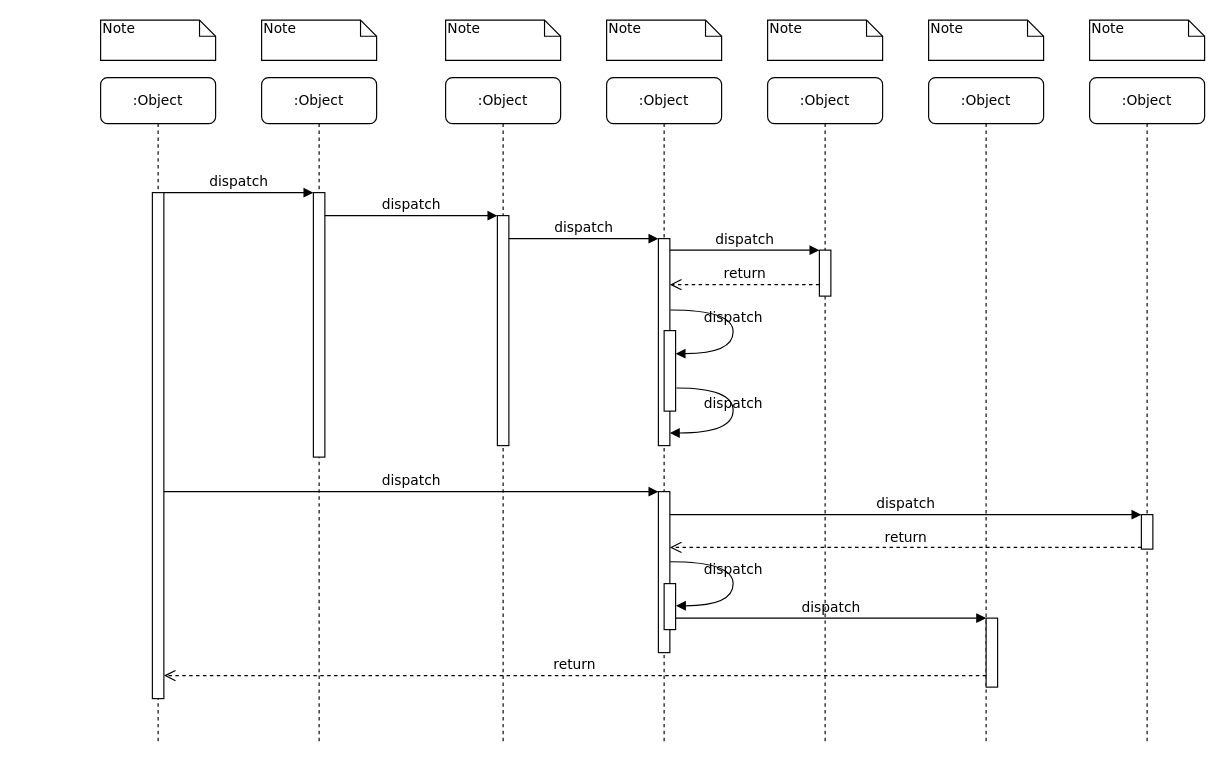
Before: 未命名绘图.drawio in kkkkill/drawio, a draw.io diagram. Source tidied: cells renumbered, new cells numbered last; positions are measured from the earlier drawing's top-left corner, leaving out a move shared by most shapes. Both pictures are drawn from the tidied source at 115%, with x=0, y=0 at pixel (100, 20).
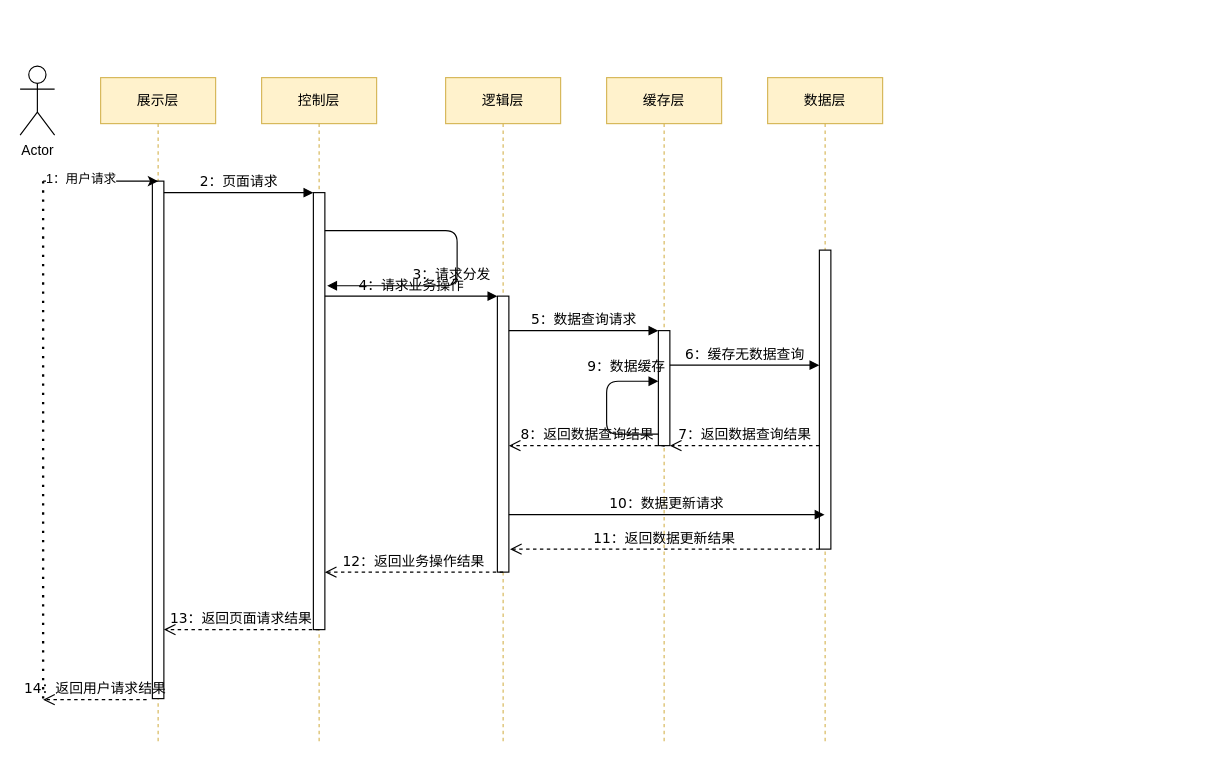
The same diagram, later.

Commit message:
更新未命名绘图.drawio

What changed in the source:
```diff
@@
-    <mxCell id="2" value=":Object" style="shape=umlLifeline;perimeter=lifelinePerimeter;whiteSpace=wrap;html=1;rounded=1;shadow=0;comic=0;labelBackgroundColor=none;strokeWidth=1;fontFamily=Verdana;fontSize=12;align=center;" parent="1" vertex="1">
+    <mxCell id="2" value="控制层" style="shape=umlLifeline;perimeter=lifelinePerimeter;whiteSpace=wrap;html=1;rounded=0;shadow=0;comic=0;labelBackgroundColor=none;strokeWidth=1;fontFamily=Verdana;fontSize=12;align=center;fillColor=#fff2cc;strokeColor=#d6b656;" parent="1" vertex="1">
       <mxGeometry x="140" y="50" width="100" height="580" as="geometry" />
     </mxCell>
     <mxCell id="3" style="html=1;points=[];perimeter=orthogonalPerimeter;rounded=0;shadow=0;comic=0;labelBackgroundColor=none;strokeWidth=1;fontFamily=Verdana;fontSize=12;align=center;" parent="2" vertex="1">
-      <mxGeometry x="45" y="100" width="10" height="230" as="geometry" />
+      <mxGeometry x="45" y="100" width="10" height="380" as="geometry" />
     </mxCell>
+    <mxCell id="39" value="3：请求分发" style="html=1;verticalAlign=bottom;endArrow=block;labelBackgroundColor=none;fontFamily=Verdana;fontSize=12;edgeStyle=elbowEdgeStyle;elbow=vertical;entryX=1.2;entryY=0.213;entryDx=0;entryDy=0;entryPerimeter=0;exitX=1;exitY=0.087;exitDx=0;exitDy=0;exitPerimeter=0;" parent="2" edge="1" source="3" target="3">
+      <mxGeometry y="-45" relative="1" as="geometry">
+        <Array as="points">
+          <mxPoint x="170" y="130" />
+          <mxPoint x="140" y="120" />
+          <mxPoint x="140" y="215" />
+        </Array>
+        <mxPoint x="40" y="25" as="offset" />
+      </mxGeometry>
+    </mxCell>
-    <mxCell id="4" value=":Object" style="shape=umlLifeline;perimeter=lifelinePerimeter;whiteSpace=wrap;html=1;rounded=1;shadow=0;comic=0;labelBackgroundColor=none;strokeWidth=1;fontFamily=Verdana;fontSize=12;align=center;" parent="1" vertex="1">
+    <mxCell id="4" value="逻辑层" style="shape=umlLifeline;perimeter=lifelinePerimeter;whiteSpace=wrap;html=1;rounded=0;shadow=0;comic=0;labelBackgroundColor=none;strokeWidth=1;fontFamily=Verdana;fontSize=12;align=center;fillColor=#fff2cc;strokeColor=#d6b656;" parent="1" vertex="1">
       <mxGeometry x="300" y="50" width="100" height="580" as="geometry" />
     </mxCell>
     <mxCell id="5" style="html=1;points=[];perimeter=orthogonalPerimeter;rounded=0;shadow=0;comic=0;labelBackgroundColor=none;strokeWidth=1;fontFamily=Verdana;fontSize=12;align=center;" parent="4" vertex="1">
-      <mxGeometry x="45" y="120" width="10" height="200" as="geometry" />
+      <mxGeometry x="45" y="190" width="10" height="240" as="geometry" />
     </mxCell>
-    <mxCell id="6" value=":Object" style="shape=umlLifeline;perimeter=lifelinePerimeter;whiteSpace=wrap;html=1;rounded=1;shadow=0;comic=0;labelBackgroundColor=none;strokeWidth=1;fontFamily=Verdana;fontSize=12;align=center;" parent="1" vertex="1">
+    <mxCell id="6" value="缓存层" style="shape=umlLifeline;perimeter=lifelinePerimeter;whiteSpace=wrap;html=1;rounded=0;shadow=0;comic=0;labelBackgroundColor=none;strokeWidth=1;fontFamily=Verdana;fontSize=12;align=center;fillColor=#fff2cc;strokeColor=#d6b656;" parent="1" vertex="1">
       <mxGeometry x="440" y="50" width="100" height="580" as="geometry" />
     </mxCell>
-    <mxCell id="7" value=":Object" style="shape=umlLifeline;perimeter=lifelinePerimeter;whiteSpace=wrap;html=1;outlineConnect=0;rounded=1;shadow=0;comic=0;labelBackgroundColor=none;strokeWidth=1;fontFamily=Verdana;fontSize=12;align=center;" parent="1" vertex="1">
+    <mxCell id="7" value="数据层" style="shape=umlLifeline;perimeter=lifelinePerimeter;whiteSpace=wrap;html=1;outlineConnect=0;rounded=0;shadow=0;comic=0;labelBackgroundColor=none;strokeWidth=1;fontFamily=Verdana;fontSize=12;align=center;fillColor=#fff2cc;strokeColor=#d6b656;" parent="1" vertex="1">
       <mxGeometry x="580" y="50" width="100" height="580" as="geometry" />
     </mxCell>
-    <mxCell id="8" value=":Object" style="shape=umlLifeline;perimeter=lifelinePerimeter;whiteSpace=wrap;html=1;rounded=1;shadow=0;comic=0;labelBackgroundColor=none;strokeWidth=1;fontFamily=Verdana;fontSize=12;align=center;" parent="1" vertex="1">
-      <mxGeometry x="720" y="50" width="100" height="580" as="geometry" />
-    </mxCell>
-    <mxCell id="9" value=":Object" style="shape=umlLifeline;perimeter=lifelinePerimeter;whiteSpace=wrap;html=1;rounded=1;shadow=0;comic=0;labelBackgroundColor=none;strokeWidth=1;fontFamily=Verdana;fontSize=12;align=center;" parent="1" vertex="1">
-      <mxGeometry x="860" y="50" width="100" height="580" as="geometry" />
-    </mxCell>
-    <mxCell id="10" value=":Object" style="shape=umlLifeline;perimeter=lifelinePerimeter;whiteSpace=wrap;html=1;rounded=1;shadow=0;comic=0;labelBackgroundColor=none;strokeWidth=1;fontFamily=Verdana;fontSize=12;align=center;" parent="1" vertex="1">
+    <mxCell id="10" value="展示层" style="shape=umlLifeline;perimeter=lifelinePerimeter;whiteSpace=wrap;html=1;rounded=0;shadow=0;comic=0;labelBackgroundColor=none;strokeWidth=1;fontFamily=Verdana;fontSize=12;align=center;fillColor=#fff2cc;strokeColor=#d6b656;" parent="1" vertex="1">
       <mxGeometry y="50" width="100" height="580" as="geometry" />
     </mxCell>
     <mxCell id="11" style="html=1;points=[];perimeter=orthogonalPerimeter;rounded=0;shadow=0;comic=0;labelBackgroundColor=none;strokeWidth=1;fontFamily=Verdana;fontSize=12;align=center;" parent="10" vertex="1">
-      <mxGeometry x="45" y="100" width="10" height="440" as="geometry" />
+      <mxGeometry x="45" y="90" width="10" height="450" as="geometry" />
     </mxCell>
+    <mxCell id="40" value="13：返回页面请求结果" style="html=1;verticalAlign=bottom;endArrow=open;dashed=1;endSize=8;labelBackgroundColor=none;fontFamily=Verdana;fontSize=12;edgeStyle=elbowEdgeStyle;elbow=horizontal;exitX=0.5;exitY=1;exitDx=0;exitDy=0;exitPerimeter=0;" parent="10" edge="1" source="3">
+      <mxGeometry relative="1" as="geometry">
+        <mxPoint x="55" y="480" as="targetPoint" />
+        <Array as="points">
+          <mxPoint x="150" y="480" />
+          <mxPoint x="150" y="470" />
+          <mxPoint x="190" y="480" />
+          <mxPoint x="260" y="460" />
+          <mxPoint x="410" y="440" />
+          <mxPoint x="430" y="330" />
+          <mxPoint x="430" y="230" />
+          <mxPoint x="460" y="230" />
+        </Array>
+      </mxGeometry>
+    </mxCell>
+    <mxCell id="41" value="14：返回用户请求结果" style="html=1;verticalAlign=bottom;endArrow=open;dashed=1;endSize=8;labelBackgroundColor=none;fontFamily=Verdana;fontSize=12;edgeStyle=elbowEdgeStyle;elbow=horizontal;exitX=-0.5;exitY=1.002;exitDx=0;exitDy=0;exitPerimeter=0;" parent="10" edge="1" source="11">
+      <mxGeometry relative="1" as="geometry">
+        <mxPoint x="-50" y="541" as="targetPoint" />
+        <Array as="points">
+          <mxPoint x="-50" y="530" />
+          <mxPoint x="150" y="480" />
+          <mxPoint x="150" y="470" />
+          <mxPoint x="190" y="480" />
+          <mxPoint x="260" y="460" />
+          <mxPoint x="410" y="440" />
+          <mxPoint x="430" y="330" />
+          <mxPoint x="430" y="230" />
+          <mxPoint x="460" y="230" />
+        </Array>
+      </mxGeometry>
+    </mxCell>
     <mxCell id="12" style="html=1;points=[];perimeter=orthogonalPerimeter;rounded=0;shadow=0;comic=0;labelBackgroundColor=none;strokeWidth=1;fontFamily=Verdana;fontSize=12;align=center;" parent="1" vertex="1">
-      <mxGeometry x="485" y="190" width="10" height="180" as="geometry" />
+      <mxGeometry x="485" y="270" width="10" height="100" as="geometry" />
     </mxCell>
-    <mxCell id="13" value="dispatch" style="html=1;verticalAlign=bottom;endArrow=block;labelBackgroundColor=none;fontFamily=Verdana;fontSize=12;edgeStyle=elbowEdgeStyle;elbow=vertical;" parent="1" edge="1" source="5" target="12">
+    <mxCell id="13" value="5：数据查询请求" style="html=1;verticalAlign=bottom;endArrow=block;labelBackgroundColor=none;fontFamily=Verdana;fontSize=12;edgeStyle=elbowEdgeStyle;elbow=vertical;" parent="1" edge="1" source="5" target="12">
       <mxGeometry relative="1" as="geometry">
         <Array as="points">
-          <mxPoint x="360" y="190" />
+          <mxPoint x="420" y="270" />
         </Array>
       </mxGeometry>
     </mxCell>
     <mxCell id="14" style="html=1;points=[];perimeter=orthogonalPerimeter;rounded=0;shadow=0;comic=0;labelBackgroundColor=none;strokeWidth=1;fontFamily=Verdana;fontSize=12;align=center;" parent="1" vertex="1">
-      <mxGeometry x="625" y="200" width="10" height="40" as="geometry" />
+      <mxGeometry x="625" y="200" width="10" height="260" as="geometry" />
     </mxCell>
-    <mxCell id="15" value="dispatch" style="html=1;verticalAlign=bottom;endArrow=block;entryX=0;entryY=0;labelBackgroundColor=none;fontFamily=Verdana;fontSize=12;edgeStyle=elbowEdgeStyle;elbow=vertical;" parent="1" edge="1" source="12" target="14">
-      <mxGeometry relative="1" as="geometry" />
+    <mxCell id="15" value="6：缓存无数据查询" style="html=1;verticalAlign=bottom;endArrow=block;labelBackgroundColor=none;fontFamily=Verdana;fontSize=12;edgeStyle=elbowEdgeStyle;elbow=horizontal;" parent="1" edge="1" source="12" target="14">
+      <mxGeometry relative="1" as="geometry">
+        <Array as="points">
+          <mxPoint x="560" y="300" />
+          <mxPoint x="560" y="290" />
+        </Array>
+      </mxGeometry>
     </mxCell>
-    <mxCell id="16" value="return" style="html=1;verticalAlign=bottom;endArrow=open;dashed=1;endSize=8;labelBackgroundColor=none;fontFamily=Verdana;fontSize=12;edgeStyle=elbowEdgeStyle;elbow=vertical;" parent="1" edge="1" source="14" target="12">
+    <mxCell id="16" value="7：返回数据查询结果" style="html=1;verticalAlign=bottom;endArrow=open;dashed=1;endSize=8;labelBackgroundColor=none;fontFamily=Verdana;fontSize=12;edgeStyle=elbowEdgeStyle;elbow=vertical;" parent="1" edge="1" source="14" target="12">
       <mxGeometry relative="1" as="geometry">
         <Array as="points">
+          <mxPoint x="550" y="370" />
+          <mxPoint x="570" y="330" />
           <mxPoint x="570" y="230" />
           <mxPoint x="600" y="230" />
         </Array>
       </mxGeometry>
     </mxCell>
-    <mxCell id="17" style="html=1;points=[];perimeter=orthogonalPerimeter;rounded=0;shadow=0;comic=0;labelBackgroundColor=none;strokeWidth=1;fontFamily=Verdana;fontSize=12;align=center;" parent="1" vertex="1">
-      <mxGeometry x="485" y="410" width="10" height="140" as="geometry" />
-    </mxCell>
-    <mxCell id="18" value="dispatch" style="html=1;verticalAlign=bottom;endArrow=block;entryX=0;entryY=0;labelBackgroundColor=none;fontFamily=Verdana;fontSize=12;" parent="1" edge="1" source="11" target="17">
-      <mxGeometry relative="1" as="geometry" />
-    </mxCell>
-    <mxCell id="19" style="html=1;points=[];perimeter=orthogonalPerimeter;rounded=0;shadow=0;comic=0;labelBackgroundColor=none;strokeColor=#000000;strokeWidth=1;fillColor=#FFFFFF;fontFamily=Verdana;fontSize=12;fontColor=#000000;align=center;" parent="1" vertex="1">
-      <mxGeometry x="905" y="430" width="10" height="30" as="geometry" />
-    </mxCell>
-    <mxCell id="20" value="dispatch" style="html=1;verticalAlign=bottom;endArrow=block;entryX=0;entryY=0;labelBackgroundColor=none;fontFamily=Verdana;fontSize=12;" parent="1" edge="1" source="17" target="19">
-      <mxGeometry relative="1" as="geometry" />
-    </mxCell>
-    <mxCell id="21" value="return" style="html=1;verticalAlign=bottom;endArrow=open;dashed=1;endSize=8;exitX=0;exitY=0.95;labelBackgroundColor=none;fontFamily=Verdana;fontSize=12;" parent="1" edge="1" source="19" target="17">
-      <mxGeometry relative="1" as="geometry" />
-    </mxCell>
-    <mxCell id="22" style="html=1;points=[];perimeter=orthogonalPerimeter;rounded=0;shadow=0;comic=0;labelBackgroundColor=none;strokeWidth=1;fontFamily=Verdana;fontSize=12;align=center;" parent="1" vertex="1">
-      <mxGeometry x="770" y="520" width="10" height="60" as="geometry" />
-    </mxCell>
-    <mxCell id="23" value="dispatch" style="html=1;verticalAlign=bottom;endArrow=block;entryX=0;entryY=0;labelBackgroundColor=none;fontFamily=Verdana;fontSize=12;edgeStyle=elbowEdgeStyle;elbow=vertical;" parent="1" edge="1" source="30" target="22">
-      <mxGeometry relative="1" as="geometry" />
-    </mxCell>
-    <mxCell id="24" value="return" style="html=1;verticalAlign=bottom;endArrow=open;dashed=1;endSize=8;labelBackgroundColor=none;fontFamily=Verdana;fontSize=12;edgeStyle=elbowEdgeStyle;elbow=vertical;" parent="1" edge="1" source="22" target="11">
-      <mxGeometry relative="1" as="geometry">
-        <Array as="points">
-          <mxPoint x="470" y="570" />
-        </Array>
-      </mxGeometry>
-    </mxCell>
-    <mxCell id="25" value="dispatch" style="html=1;verticalAlign=bottom;endArrow=block;entryX=0;entryY=0;labelBackgroundColor=none;fontFamily=Verdana;fontSize=12;edgeStyle=elbowEdgeStyle;elbow=vertical;" parent="1" edge="1" source="11" target="3">
+    <mxCell id="25" value="2：页面请求" style="html=1;verticalAlign=bottom;endArrow=block;entryX=0;entryY=0;labelBackgroundColor=none;fontFamily=Verdana;fontSize=12;edgeStyle=elbowEdgeStyle;elbow=vertical;" parent="1" edge="1" source="11" target="3">
       <mxGeometry relative="1" as="geometry" />
     </mxCell>
-    <mxCell id="26" value="dispatch" style="html=1;verticalAlign=bottom;endArrow=block;entryX=0;entryY=0;labelBackgroundColor=none;fontFamily=Verdana;fontSize=12;edgeStyle=elbowEdgeStyle;elbow=vertical;" parent="1" edge="1" source="3" target="5">
+    <mxCell id="26" value="4：请求业务操作" style="html=1;verticalAlign=bottom;endArrow=block;entryX=0;entryY=0;labelBackgroundColor=none;fontFamily=Verdana;fontSize=12;edgeStyle=elbowEdgeStyle;elbow=vertical;" parent="1" edge="1" source="3" target="5">
       <mxGeometry relative="1" as="geometry" />
     </mxCell>
-    <mxCell id="27" style="html=1;points=[];perimeter=orthogonalPerimeter;rounded=0;shadow=0;comic=0;labelBackgroundColor=none;strokeWidth=1;fontFamily=Verdana;fontSize=12;align=center;" parent="1" vertex="1">
-      <mxGeometry x="490" y="270" width="10" height="70" as="geometry" />
-    </mxCell>
-    <mxCell id="28" value="dispatch" style="html=1;verticalAlign=bottom;endArrow=block;labelBackgroundColor=none;fontFamily=Verdana;fontSize=12;elbow=vertical;edgeStyle=orthogonalEdgeStyle;curved=1;entryX=1;entryY=0.286;entryPerimeter=0;exitX=1.038;exitY=0.345;exitPerimeter=0;" parent="1" edge="1" source="12" target="27">
-      <mxGeometry relative="1" as="geometry">
-        <Array as="points">
-          <mxPoint x="550" y="252" />
-          <mxPoint x="550" y="290" />
-        </Array>
-      </mxGeometry>
-    </mxCell>
-    <mxCell id="29" value="dispatch" style="html=1;verticalAlign=bottom;endArrow=block;labelBackgroundColor=none;fontFamily=Verdana;fontSize=12;elbow=vertical;edgeStyle=orthogonalEdgeStyle;curved=1;exitX=1.066;exitY=0.713;exitPerimeter=0;" parent="1" edge="1" source="27">
-      <mxGeometry relative="1" as="geometry">
-        <mxPoint x="495" y="359" as="targetPoint" />
-        <Array as="points">
-          <mxPoint x="550" y="320" />
-          <mxPoint x="550" y="359" />
-        </Array>
-      </mxGeometry>
-    </mxCell>
-    <mxCell id="30" style="html=1;points=[];perimeter=orthogonalPerimeter;rounded=0;shadow=0;comic=0;labelBackgroundColor=none;strokeWidth=1;fontFamily=Verdana;fontSize=12;align=center;" parent="1" vertex="1">
-      <mxGeometry x="490" y="490" width="10" height="40" as="geometry" />
-    </mxCell>
-    <mxCell id="31" value="dispatch" style="html=1;verticalAlign=bottom;endArrow=block;labelBackgroundColor=none;fontFamily=Verdana;fontSize=12;elbow=vertical;edgeStyle=orthogonalEdgeStyle;curved=1;entryX=1;entryY=0.286;entryPerimeter=0;exitX=1.038;exitY=0.345;exitPerimeter=0;" parent="1" edge="1">
-      <mxGeometry relative="1" as="geometry">
-        <mxPoint x="495.3" y="471" as="sourcePoint" />
-        <mxPoint x="500.3" y="509.3" as="targetPoint" />
-        <Array as="points">
-          <mxPoint x="550" y="471" />
-          <mxPoint x="550" y="509" />
-        </Array>
-      </mxGeometry>
-    </mxCell>
-    <mxCell id="32" value="Note" style="shape=note;whiteSpace=wrap;html=1;size=14;verticalAlign=top;align=left;spacingTop=-6;rounded=0;shadow=0;comic=0;labelBackgroundColor=none;strokeWidth=1;fontFamily=Verdana;fontSize=12;" parent="1" vertex="1">
-      <mxGeometry width="100" height="35" as="geometry" />
-    </mxCell>
-    <mxCell id="33" value="Note" style="shape=note;whiteSpace=wrap;html=1;size=14;verticalAlign=top;align=left;spacingTop=-6;rounded=0;shadow=0;comic=0;labelBackgroundColor=none;strokeWidth=1;fontFamily=Verdana;fontSize=12;" parent="1" vertex="1">
-      <mxGeometry x="140" width="100" height="35" as="geometry" />
-    </mxCell>
-    <mxCell id="34" value="Note" style="shape=note;whiteSpace=wrap;html=1;size=14;verticalAlign=top;align=left;spacingTop=-6;rounded=0;shadow=0;comic=0;labelBackgroundColor=none;strokeWidth=1;fontFamily=Verdana;fontSize=12;" parent="1" vertex="1">
-      <mxGeometry x="300" width="100" height="35" as="geometry" />
-    </mxCell>
-    <mxCell id="35" value="Note" style="shape=note;whiteSpace=wrap;html=1;size=14;verticalAlign=top;align=left;spacingTop=-6;rounded=0;shadow=0;comic=0;labelBackgroundColor=none;strokeWidth=1;fontFamily=Verdana;fontSize=12;" parent="1" vertex="1">
-      <mxGeometry x="440" width="100" height="35" as="geometry" />
-    </mxCell>
-    <mxCell id="36" value="Note" style="shape=note;whiteSpace=wrap;html=1;size=14;verticalAlign=top;align=left;spacingTop=-6;rounded=0;shadow=0;comic=0;labelBackgroundColor=none;strokeWidth=1;fontFamily=Verdana;fontSize=12;" parent="1" vertex="1">
-      <mxGeometry x="580" width="100" height="35" as="geometry" />
-    </mxCell>
-    <mxCell id="37" value="Note" style="shape=note;whiteSpace=wrap;html=1;size=14;verticalAlign=top;align=left;spacingTop=-6;rounded=0;shadow=0;comic=0;labelBackgroundColor=none;strokeWidth=1;fontFamily=Verdana;fontSize=12;" parent="1" vertex="1">
-      <mxGeometry x="720" width="100" height="35" as="geometry" />
-    </mxCell>
-    <mxCell id="38" value="Note" style="shape=note;whiteSpace=wrap;html=1;size=14;verticalAlign=top;align=left;spacingTop=-6;rounded=0;shadow=0;comic=0;labelBackgroundColor=none;strokeWidth=1;fontFamily=Verdana;fontSize=12;" parent="1" vertex="1">
-      <mxGeometry x="860" width="100" height="35" as="geometry" />
-    </mxCell>
+    <mxCell id="42" style="endArrow=none;dashed=1;html=1;dashPattern=1 3;strokeWidth=2;rounded=0;" parent="1" edge="1">
+      <mxGeometry relative="1" as="geometry">
+        <mxPoint x="-50" y="590" as="sourcePoint" />
+        <mxPoint x="-50" y="140" as="targetPoint" />
+      </mxGeometry>
+    </mxCell>
+    <mxCell id="43" value="Actor" style="shape=umlActor;verticalLabelPosition=bottom;verticalAlign=top;html=1;rounded=0;" parent="1" vertex="1">
+      <mxGeometry x="-70" y="40" width="30" height="60" as="geometry" />
+    </mxCell>
+    <mxCell id="44" style="endArrow=classic;html=1;rounded=0;" parent="1" edge="1">
+      <mxGeometry relative="1" as="geometry">
+        <mxPoint x="-50" y="140" as="sourcePoint" />
+        <mxPoint x="50" y="140" as="targetPoint" />
+      </mxGeometry>
+    </mxCell>
+    <mxCell id="45" value="1：用户请求" style="edgeLabel;html=1;align=center;verticalAlign=middle;" parent="44" vertex="1">
+      <mxGeometry x="-0.36" y="3" relative="1" as="geometry" />
+    </mxCell>
+    <mxCell id="46" value="9：数据缓存" style="html=1;verticalAlign=bottom;endArrow=block;labelBackgroundColor=none;fontFamily=Verdana;fontSize=12;edgeStyle=elbowEdgeStyle;elbow=vertical;exitX=0;exitY=0.9;exitDx=0;exitDy=0;exitPerimeter=0;entryX=0;entryY=0.44;entryDx=0;entryDy=0;entryPerimeter=0;" parent="1" edge="1" source="12" target="12">
+      <mxGeometry x="0.59" y="3" relative="1" as="geometry">
+        <Array as="points">
+          <mxPoint x="440" y="310" />
+          <mxPoint x="430" y="340" />
+          <mxPoint x="450" y="310" />
+          <mxPoint x="440" y="360" />
+          <mxPoint x="430" y="340" />
+        </Array>
+      </mxGeometry>
+    </mxCell>
+    <mxCell id="47" value="8：返回数据查询结果" style="html=1;verticalAlign=bottom;endArrow=open;dashed=1;endSize=8;labelBackgroundColor=none;fontFamily=Verdana;fontSize=12;edgeStyle=elbowEdgeStyle;elbow=vertical;exitX=0.5;exitY=1.01;exitDx=0;exitDy=0;exitPerimeter=0;" parent="1" edge="1" source="12" target="5">
+      <mxGeometry relative="1" as="geometry">
+        <Array as="points">
+          <mxPoint x="420" y="370" />
+          <mxPoint x="560" y="460" />
+          <mxPoint x="550" y="370" />
+          <mxPoint x="570" y="330" />
+          <mxPoint x="570" y="230" />
+          <mxPoint x="600" y="230" />
+        </Array>
+      </mxGeometry>
+    </mxCell>
+    <mxCell id="48" value="10：数据更新请求" style="html=1;verticalAlign=bottom;endArrow=block;labelBackgroundColor=none;fontFamily=Verdana;fontSize=12;edgeStyle=elbowEdgeStyle;elbow=vertical;" parent="1" edge="1" source="5" target="7">
+      <mxGeometry relative="1" as="geometry">
+        <Array as="points">
+          <mxPoint x="400" y="430" />
+          <mxPoint x="420" y="270" />
+        </Array>
+      </mxGeometry>
+    </mxCell>
+    <mxCell id="49" value="11：返回数据更新结果" style="html=1;verticalAlign=bottom;endArrow=open;dashed=1;endSize=8;labelBackgroundColor=none;fontFamily=Verdana;fontSize=12;edgeStyle=elbowEdgeStyle;elbow=vertical;" parent="1" edge="1" source="14">
+      <mxGeometry relative="1" as="geometry">
+        <mxPoint x="356" y="460" as="targetPoint" />
+        <Array as="points">
+          <mxPoint x="400" y="460" />
+          <mxPoint x="550" y="440" />
+          <mxPoint x="570" y="330" />
+          <mxPoint x="570" y="230" />
+          <mxPoint x="600" y="230" />
+        </Array>
+      </mxGeometry>
+    </mxCell>
+    <mxCell id="50" value="12：返回业务操作结果" style="html=1;verticalAlign=bottom;endArrow=open;dashed=1;endSize=8;labelBackgroundColor=none;fontFamily=Verdana;fontSize=12;edgeStyle=elbowEdgeStyle;elbow=horizontal;" parent="1" edge="1">
+      <mxGeometry relative="1" as="geometry">
+        <mxPoint x="350" y="480" as="sourcePoint" />
+        <mxPoint x="195" y="480" as="targetPoint" />
+        <Array as="points">
+          <mxPoint x="290" y="480" />
+          <mxPoint x="290" y="470" />
+          <mxPoint x="330" y="480" />
+          <mxPoint x="400" y="460" />
+          <mxPoint x="550" y="440" />
+          <mxPoint x="570" y="330" />
+          <mxPoint x="570" y="230" />
+          <mxPoint x="600" y="230" />
+        </Array>
+      </mxGeometry>
+    </mxCell>
```
